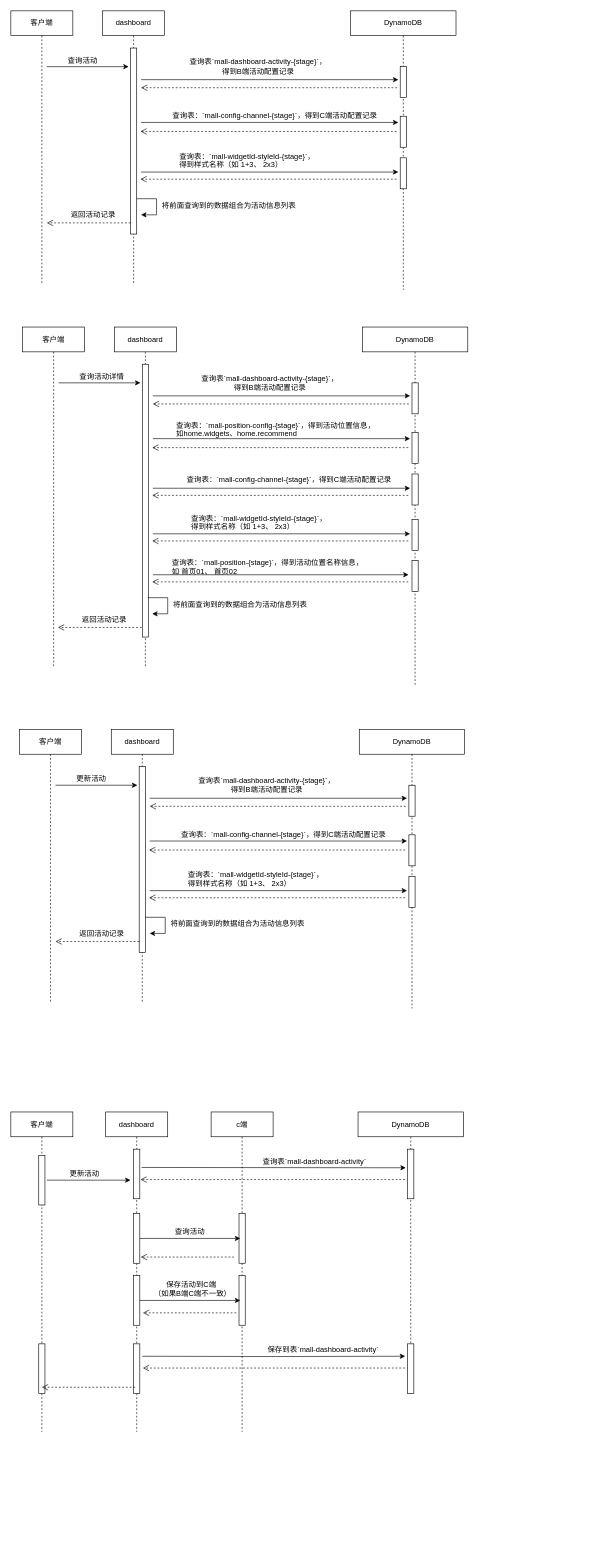
Earlier version of the draw.io diagram page "activity" (1 of 4) of dashboard.drawio (JianHao-Chen/UML). Source tidied: cells renumbered, new cells numbered last; positions are measured from the earlier drawing's top-left corner, leaving out a move shared by most shapes. Both pictures are drawn from the tidied source at 62%, with x=0, y=0 at pixel (11, 11).
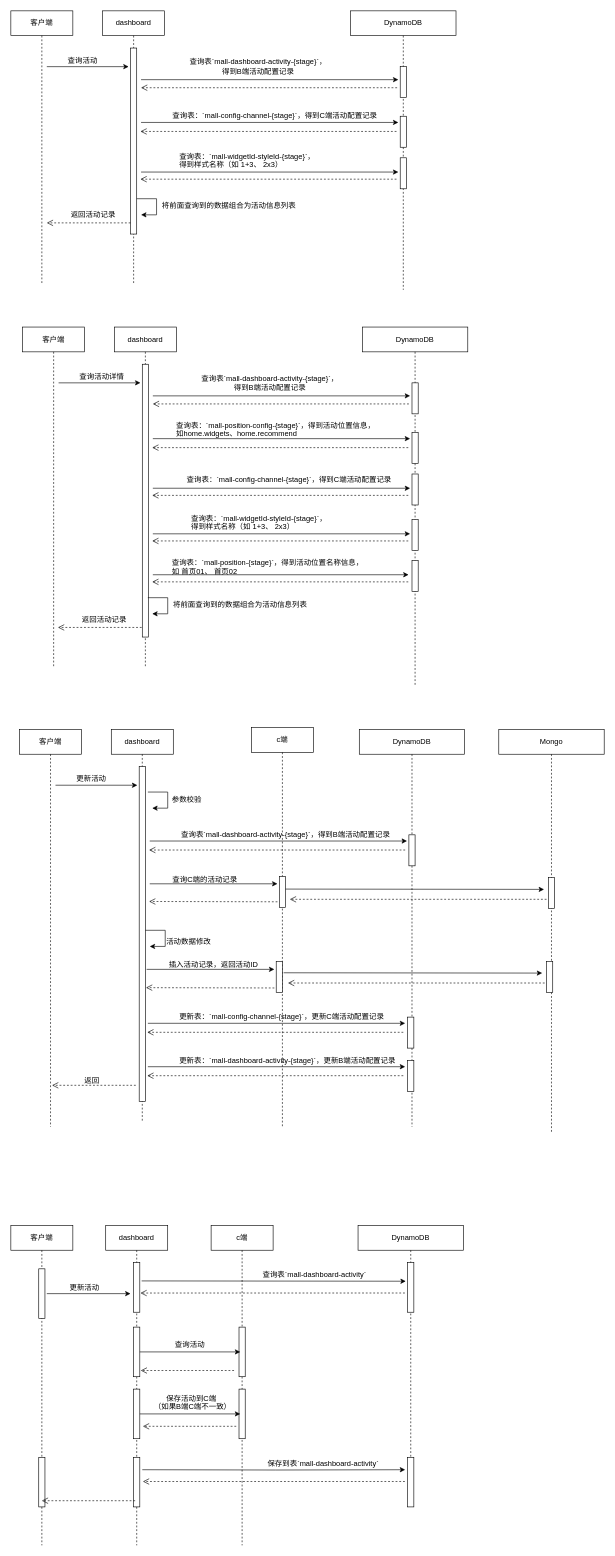
The same page after the edit.

Unchanged cells that the change refers to:
```xml
<mxCell id="20" style="html=1;points=[];perimeter=orthogonalPerimeter;" parent="17" vertex="1">
  <mxGeometry x="45" y="374" width="10" height="80" as="geometry" />
</mxCell>
<mxCell id="21" style="html=1;points=[];perimeter=orthogonalPerimeter;" parent="17" vertex="1">
  <mxGeometry x="45" y="60" width="10" height="80" as="geometry" />
</mxCell>
<mxCell id="23" style="html=1;points=[];perimeter=orthogonalPerimeter;" parent="22" vertex="1">
  <mxGeometry x="80" y="374" width="10" height="80" as="geometry" />
</mxCell>
<mxCell id="24" style="html=1;points=[];perimeter=orthogonalPerimeter;" parent="22" vertex="1">
  <mxGeometry x="80" y="60" width="10" height="80" as="geometry" />
</mxCell>
```

What changed in the source:
```diff
@@
     <mxCell id="17" value="dashboard" style="shape=umlLifeline;perimeter=lifelinePerimeter;whiteSpace=wrap;html=1;" parent="1" vertex="1">
-      <mxGeometry x="153" y="1776" width="100" height="516" as="geometry" />
+      <mxGeometry x="153" y="1959" width="100" height="516" as="geometry" />
     </mxCell>
@@
     <mxCell id="22" value="DynamoDB" style="shape=umlLifeline;perimeter=lifelinePerimeter;whiteSpace=wrap;html=1;" parent="1" vertex="1">
-      <mxGeometry x="560" y="1776" width="170" height="450" as="geometry" />
+      <mxGeometry x="560" y="1959" width="170" height="450" as="geometry" />
     </mxCell>
@@
     <mxCell id="25" value="客户端" style="shape=umlLifeline;perimeter=lifelinePerimeter;whiteSpace=wrap;html=1;" parent="1" vertex="1">
-      <mxGeometry y="1776" width="100" height="516" as="geometry" />
+      <mxGeometry y="1959" width="100" height="516" as="geometry" />
     </mxCell>
@@
     <mxCell id="28" value="c端" style="shape=umlLifeline;perimeter=lifelinePerimeter;whiteSpace=wrap;html=1;" parent="1" vertex="1">
-      <mxGeometry x="323" y="1776" width="100" height="516" as="geometry" />
+      <mxGeometry x="323" y="1959" width="100" height="516" as="geometry" />
     </mxCell>
@@
     <mxCell id="31" value="更新活动" style="text;html=1;align=left;verticalAlign=top;spacingTop=-4;" parent="1" vertex="1">
-      <mxGeometry x="93" y="1866" width="60" height="20" as="geometry" />
+      <mxGeometry x="93" y="2049" width="60" height="20" as="geometry" />
     </mxCell>
@@
     <mxCell id="33" value="查询活动" style="text;html=1;align=left;verticalAlign=top;spacingTop=-4;" parent="1" vertex="1">
-      <mxGeometry x="263" y="1959" width="60" height="20" as="geometry" />
+      <mxGeometry x="263" y="2142" width="60" height="20" as="geometry" />
     </mxCell>
     <mxCell id="34" style="html=1;verticalAlign=bottom;endArrow=open;dashed=1;endSize=8;" parent="1" edge="1">
       <mxGeometry relative="1" as="geometry">
-        <mxPoint x="360" y="2010" as="sourcePoint" />
-        <mxPoint x="209.5" y="2010" as="targetPoint" />
+        <mxPoint x="360" y="2193" as="sourcePoint" />
+        <mxPoint x="209.5" y="2193" as="targetPoint" />
       </mxGeometry>
     </mxCell>
     <mxCell id="35" style="edgeStyle=orthogonalEdgeStyle;rounded=0;orthogonalLoop=1;jettySize=auto;html=1;entryX=0.2;entryY=0.5;entryDx=0;entryDy=0;entryPerimeter=0;" parent="1" edge="1">
       <mxGeometry relative="1" as="geometry">
-        <mxPoint x="208" y="2080" as="sourcePoint" />
-        <mxPoint x="370" y="2080" as="targetPoint" />
+        <mxPoint x="208" y="2263" as="sourcePoint" />
+        <mxPoint x="370" y="2263" as="targetPoint" />
       </mxGeometry>
     </mxCell>
     <mxCell id="36" style="html=1;verticalAlign=bottom;endArrow=open;dashed=1;endSize=8;" parent="1" edge="1">
       <mxGeometry relative="1" as="geometry">
-        <mxPoint x="363.5" y="2100" as="sourcePoint" />
-        <mxPoint x="213" y="2100" as="targetPoint" />
+        <mxPoint x="363.5" y="2283" as="sourcePoint" />
+        <mxPoint x="213" y="2283" as="targetPoint" />
       </mxGeometry>
     </mxCell>
     <mxCell id="37" value="&amp;nbsp; &amp;nbsp; &amp;nbsp; 保存活动到C端&lt;br&gt;（如果B端C端不一致）&lt;br&gt;" style="text;html=1;align=left;verticalAlign=top;spacingTop=-4;" parent="1" vertex="1">
-      <mxGeometry x="229" y="2045" width="140" height="30" as="geometry" />
+      <mxGeometry x="229" y="2228" width="140" height="30" as="geometry" />
     </mxCell>
     <mxCell id="38" style="edgeStyle=orthogonalEdgeStyle;rounded=0;jettySize=auto;html=1;entryX=-0.4;entryY=0.25;entryDx=0;entryDy=0;entryPerimeter=0;" parent="1" edge="1" target="23">
       <mxGeometry relative="1" as="geometry">
-        <mxPoint x="212" y="2170" as="sourcePoint" />
+        <mxPoint x="212" y="2353" as="sourcePoint" />
       </mxGeometry>
     </mxCell>
     <mxCell id="39" value="&lt;span&gt;保存到&lt;/span&gt;表`mall-dashboard-activity`" style="text;html=1;strokeColor=none;fillColor=none;align=center;verticalAlign=middle;whiteSpace=wrap;rounded=0;" parent="1" vertex="1">
-      <mxGeometry x="399" y="2150" width="210" height="20" as="geometry" />
+      <mxGeometry x="399" y="2333" width="210" height="20" as="geometry" />
     </mxCell>
     <mxCell id="40" style="html=1;verticalAlign=bottom;endArrow=open;dashed=1;endSize=8;entryX=1.5;entryY=0.488;entryDx=0;entryDy=0;entryPerimeter=0;" parent="1" edge="1" target="20">
       <mxGeometry relative="1" as="geometry">
-        <mxPoint x="635.5" y="2189" as="sourcePoint" />
+        <mxPoint x="635.5" y="2372" as="sourcePoint" />
       </mxGeometry>
     </mxCell>
     <mxCell id="41" style="html=1;verticalAlign=bottom;endArrow=open;dashed=1;endSize=8;" parent="1" edge="1">
       <mxGeometry relative="1" as="geometry">
-        <mxPoint x="200.5" y="2220" as="sourcePoint" />
-        <mxPoint x="50" y="2220" as="targetPoint" />
+        <mxPoint x="200.5" y="2403" as="sourcePoint" />
+        <mxPoint x="50" y="2403" as="targetPoint" />
       </mxGeometry>
     </mxCell>
     <mxCell id="42" style="edgeStyle=orthogonalEdgeStyle;rounded=0;orthogonalLoop=1;jettySize=auto;html=1;" parent="1" edge="1">
       <mxGeometry relative="1" as="geometry">
-        <mxPoint x="58" y="1886" as="sourcePoint" />
-        <mxPoint x="193" y="1886" as="targetPoint" />
+        <mxPoint x="58" y="2069" as="sourcePoint" />
+        <mxPoint x="193" y="2069" as="targetPoint" />
       </mxGeometry>
     </mxCell>
     <mxCell id="43" style="edgeStyle=orthogonalEdgeStyle;rounded=0;jettySize=auto;html=1;entryX=-0.3;entryY=0.375;entryDx=0;entryDy=0;entryPerimeter=0;" parent="1" edge="1" target="24">
       <mxGeometry relative="1" as="geometry">
-        <mxPoint x="211" y="1865.5" as="sourcePoint" />
+        <mxPoint x="211" y="2048.5" as="sourcePoint" />
       </mxGeometry>
     </mxCell>
     <mxCell id="44" value="查询表`mall-dashboard-activity`" style="text;html=1;strokeColor=none;fillColor=none;align=center;verticalAlign=middle;whiteSpace=wrap;rounded=0;" parent="1" vertex="1">
-      <mxGeometry x="385" y="1846" width="210" height="20" as="geometry" />
+      <mxGeometry x="385" y="2029" width="210" height="20" as="geometry" />
     </mxCell>
     <mxCell id="45" style="html=1;verticalAlign=bottom;endArrow=open;dashed=1;endSize=8;entryX=1.1;entryY=0.613;entryDx=0;entryDy=0;entryPerimeter=0;" parent="1" edge="1" target="21">
       <mxGeometry relative="1" as="geometry">
-        <mxPoint x="635.5" y="1885" as="sourcePoint" />
+        <mxPoint x="635.5" y="2068" as="sourcePoint" />
       </mxGeometry>
     </mxCell>
@@
     <mxCell id="83" value="dashboard" style="shape=umlLifeline;perimeter=lifelinePerimeter;whiteSpace=wrap;html=1;" parent="1" vertex="1">
-      <mxGeometry x="162" y="1159" width="100" height="440" as="geometry" />
+      <mxGeometry x="162" y="1159" width="100" height="631" as="geometry" />
     </mxCell>
     <mxCell id="84" style="html=1;perimeter=orthogonalPerimeter;" parent="83" vertex="1">
-      <mxGeometry x="45" y="60" width="10" height="300" as="geometry" />
+      <mxGeometry x="45" y="60" width="10" height="540" as="geometry" />
     </mxCell>
@@
     <mxCell id="86" value="DynamoDB" style="shape=umlLifeline;perimeter=lifelinePerimeter;whiteSpace=wrap;html=1;" parent="1" vertex="1">
-      <mxGeometry x="562" y="1159" width="170" height="450" as="geometry" />
+      <mxGeometry x="562" y="1159" width="170" height="641" as="geometry" />
     </mxCell>
-    <mxCell id="87" style="html=1;perimeter=orthogonalPerimeter;" parent="86" vertex="1">
-      <mxGeometry x="80" y="90" width="10" height="50" as="geometry" />
-    </mxCell>
@@
-    <mxCell id="89" style="html=1;perimeter=orthogonalPerimeter;" parent="86" vertex="1">
-      <mxGeometry x="80" y="237" width="10" height="50" as="geometry" />
-    </mxCell>
-    <mxCell id="90" value="查询表`mall-dashboard-activity-{stage}`，得到B端活动配置记录" style="text;html=1;strokeColor=none;fillColor=none;align=center;verticalAlign=middle;whiteSpace=wrap;rounded=0;" parent="1" vertex="1">
-      <mxGeometry x="296" y="1239" width="234" height="20" as="geometry" />
-    </mxCell>
-    <mxCell id="91" style="html=1;verticalAlign=bottom;endArrow=open;dashed=1;endSize=8;" parent="1" edge="1">
-      <mxGeometry relative="1" as="geometry">
-        <mxPoint x="637" y="1283" as="sourcePoint" />
-        <mxPoint x="224" y="1283" as="targetPoint" />
-      </mxGeometry>
-    </mxCell>
-    <mxCell id="92" style="endArrow=classic;html=1;entryX=-0.3;entryY=0.4;entryDx=0;entryDy=0;entryPerimeter=0;" parent="1" edge="1">
-      <mxGeometry relative="1" as="geometry">
-        <mxPoint x="224" y="1270" as="sourcePoint" />
-        <mxPoint x="639" y="1270" as="targetPoint" />
-      </mxGeometry>
-    </mxCell>
-    <mxCell id="93" value="将前面查询到的数据组合为活动信息列表" style="text;html=1;strokeColor=none;fillColor=none;align=center;verticalAlign=middle;whiteSpace=wrap;rounded=0;" parent="1" vertex="1">
-      <mxGeometry x="254" y="1463" width="224" height="20" as="geometry" />
-    </mxCell>
+    <mxCell id="105" style="html=1;perimeter=orthogonalPerimeter;" parent="86" vertex="1">
+      <mxGeometry x="78" y="464" width="10" height="50" as="geometry" />
+    </mxCell>
+    <mxCell id="106" value="更新表：`mall-config-channel-{stage}`，更新C端活动配置记录&lt;br&gt;" style="text;html=1;align=left;verticalAlign=top;spacingTop=-4;" parent="86" vertex="1">
+      <mxGeometry x="-292" y="454" width="350" height="20" as="geometry" />
+    </mxCell>
+    <mxCell id="107" style="endArrow=classic;html=1;entryX=-0.3;entryY=0.4;entryDx=0;entryDy=0;entryPerimeter=0;" parent="86" edge="1">
+      <mxGeometry relative="1" as="geometry">
+        <mxPoint x="-341" y="474" as="sourcePoint" />
+        <mxPoint x="74" y="474" as="targetPoint" />
+      </mxGeometry>
+    </mxCell>
+    <mxCell id="108" style="html=1;verticalAlign=bottom;endArrow=open;dashed=1;endSize=8;" parent="86" edge="1">
+      <mxGeometry relative="1" as="geometry">
+        <mxPoint x="71" y="488.5" as="sourcePoint" />
+        <mxPoint x="-342" y="488.5" as="targetPoint" />
+      </mxGeometry>
+    </mxCell>
+    <mxCell id="109" style="html=1;perimeter=orthogonalPerimeter;" parent="86" vertex="1">
+      <mxGeometry x="78" y="534" width="10" height="50" as="geometry" />
+    </mxCell>
+    <mxCell id="110" value="更新表：`mall-dashboard-activity-{stage}`，更新B端活动配置记录&lt;br&gt;" style="text;html=1;align=left;verticalAlign=top;spacingTop=-4;" parent="86" vertex="1">
+      <mxGeometry x="-292" y="524" width="360" height="20" as="geometry" />
+    </mxCell>
+    <mxCell id="111" style="endArrow=classic;html=1;entryX=-0.3;entryY=0.4;entryDx=0;entryDy=0;entryPerimeter=0;" parent="86" edge="1">
+      <mxGeometry relative="1" as="geometry">
+        <mxPoint x="-341" y="544" as="sourcePoint" />
+        <mxPoint x="74" y="544" as="targetPoint" />
+      </mxGeometry>
+    </mxCell>
+    <mxCell id="112" style="html=1;verticalAlign=bottom;endArrow=open;dashed=1;endSize=8;" parent="86" edge="1">
+      <mxGeometry relative="1" as="geometry">
+        <mxPoint x="71" y="558.5" as="sourcePoint" />
+        <mxPoint x="-342" y="558.5" as="targetPoint" />
+      </mxGeometry>
+    </mxCell>
     <mxCell id="94" value="客户端" style="shape=umlLifeline;perimeter=lifelinePerimeter;whiteSpace=wrap;html=1;" parent="1" vertex="1">
-      <mxGeometry x="14" y="1159" width="100" height="440" as="geometry" />
+      <mxGeometry x="14" y="1159" width="100" height="641" as="geometry" />
     </mxCell>
@@
     <mxCell id="96" style="html=1;verticalAlign=bottom;endArrow=open;dashed=1;endSize=8;" parent="1" edge="1">
       <mxGeometry relative="1" as="geometry">
-        <mxPoint x="207" y="1501" as="sourcePoint" />
-        <mxPoint x="72" y="1501" as="targetPoint" />
+        <mxPoint x="201.5" y="1733" as="sourcePoint" />
+        <mxPoint x="66.5" y="1733" as="targetPoint" />
       </mxGeometry>
     </mxCell>
-    <mxCell id="97" value="&lt;span&gt;返回活动记录&lt;/span&gt;" style="text;html=1;align=left;verticalAlign=top;spacingTop=-4;" parent="1" vertex="1">
-      <mxGeometry x="109" y="1478" width="90" height="20" as="geometry" />
-    </mxCell>
-    <mxCell id="98" value="&lt;span&gt;查询表：`mall-config-channel-{stage}`，得到C端活动配置记录&lt;/span&gt;" style="text;html=1;align=left;verticalAlign=top;spacingTop=-4;" parent="1" vertex="1">
+    <mxCell id="98" value="&lt;span&gt;查询表`mall-dashboard-activity-{stage}`，得到B端活动配置记录&lt;/span&gt;&lt;br&gt;" style="text;html=1;align=left;verticalAlign=top;spacingTop=-4;" parent="1" vertex="1">
       <mxGeometry x="273" y="1319" width="350" height="20" as="geometry" />
     </mxCell>
@@
-    <mxCell id="101" style="endArrow=classic;html=1;entryX=-0.3;entryY=0.4;entryDx=0;entryDy=0;entryPerimeter=0;" parent="1" edge="1">
+    <mxCell id="101" style="endArrow=classic;html=1;" parent="1" edge="1">
       <mxGeometry relative="1" as="geometry">
-        <mxPoint x="224" y="1419" as="sourcePoint" />
-        <mxPoint x="639" y="1419" as="targetPoint" />
+        <mxPoint x="224" y="1408" as="sourcePoint" />
+        <mxPoint x="430" y="1408" as="targetPoint" />
       </mxGeometry>
     </mxCell>
     <mxCell id="102" style="html=1;verticalAlign=bottom;endArrow=open;dashed=1;endSize=8;" parent="1" edge="1">
       <mxGeometry relative="1" as="geometry">
-        <mxPoint x="636" y="1430.5" as="sourcePoint" />
-        <mxPoint x="223" y="1430.5" as="targetPoint" />
+        <mxPoint x="430" y="1437" as="sourcePoint" />
+        <mxPoint x="223" y="1436.5" as="targetPoint" />
       </mxGeometry>
     </mxCell>
-    <mxCell id="103" value="&lt;span&gt;查询表：`mall-widgetId-styleId-{stage}`，&lt;br&gt;得到样式名称（如 1+3、 2x3）&lt;/span&gt;" style="text;html=1;align=left;verticalAlign=top;spacingTop=-4;" parent="1" vertex="1">
-      <mxGeometry x="284" y="1384" width="230" height="30" as="geometry" />
-    </mxCell>
-    <mxCell id="104" style="edgeStyle=orthogonalEdgeStyle;rounded=0;orthogonalLoop=1;jettySize=auto;html=1;" parent="1" edge="1">
-      <mxGeometry relative="1" as="geometry">
-        <mxPoint x="217" y="1462" as="sourcePoint" />
-        <mxPoint x="224" y="1488" as="targetPoint" />
-        <Array as="points">
-          <mxPoint x="249" y="1462" />
-          <mxPoint x="249" y="1488" />
-        </Array>
-      </mxGeometry>
-    </mxCell>
+    <mxCell id="113" value="c端" style="shape=umlLifeline;perimeter=lifelinePerimeter;whiteSpace=wrap;html=1;" parent="1" vertex="1">
+      <mxGeometry x="388" y="1156" width="100" height="644" as="geometry" />
+    </mxCell>
+    <mxCell id="89" style="html=1;perimeter=orthogonalPerimeter;" parent="113" vertex="1">
+      <mxGeometry x="45" y="240" width="10" height="50" as="geometry" />
+    </mxCell>
+    <mxCell id="114" style="endArrow=classic;html=1;" parent="113" edge="1">
+      <mxGeometry relative="1" as="geometry">
+        <mxPoint x="-169" y="390" as="sourcePoint" />
+        <mxPoint x="37" y="390" as="targetPoint" />
+      </mxGeometry>
+    </mxCell>
+    <mxCell id="115" style="html=1;verticalAlign=bottom;endArrow=open;dashed=1;endSize=8;" parent="113" edge="1">
+      <mxGeometry relative="1" as="geometry">
+        <mxPoint x="37" y="420" as="sourcePoint" />
+        <mxPoint x="-170" y="419.5" as="targetPoint" />
+      </mxGeometry>
+    </mxCell>
+    <mxCell id="116" style="html=1;perimeter=orthogonalPerimeter;" parent="113" vertex="1">
+      <mxGeometry x="40" y="377" width="10" height="50" as="geometry" />
+    </mxCell>
+    <mxCell id="117" value="插入活动记录，返回活动ID" style="text;html=1;align=left;verticalAlign=top;spacingTop=-4;" parent="113" vertex="1">
+      <mxGeometry x="-135" y="373" width="160" height="20" as="geometry" />
+    </mxCell>
+    <mxCell id="118" style="edgeStyle=orthogonalEdgeStyle;rounded=0;orthogonalLoop=1;jettySize=auto;html=1;" parent="113" edge="1">
+      <mxGeometry relative="1" as="geometry">
+        <mxPoint x="-171" y="327" as="sourcePoint" />
+        <mxPoint x="-164" y="353" as="targetPoint" />
+        <Array as="points">
+          <mxPoint x="-139" y="326.5" />
+          <mxPoint x="-139" y="352.5" />
+        </Array>
+      </mxGeometry>
+    </mxCell>
+    <mxCell id="119" value="活动数据修改" style="text;html=1;align=left;verticalAlign=top;spacingTop=-4;" parent="113" vertex="1">
+      <mxGeometry x="-139" y="336" width="90" height="20" as="geometry" />
+    </mxCell>
+    <mxCell id="120" style="edgeStyle=orthogonalEdgeStyle;rounded=0;orthogonalLoop=1;jettySize=auto;html=1;" parent="1" edge="1">
+      <mxGeometry relative="1" as="geometry">
+        <mxPoint x="221" y="1260" as="sourcePoint" />
+        <mxPoint x="228" y="1286" as="targetPoint" />
+        <Array as="points">
+          <mxPoint x="253" y="1259.5" />
+          <mxPoint x="253" y="1285.5" />
+        </Array>
+      </mxGeometry>
+    </mxCell>
+    <mxCell id="121" value="参数校验" style="text;html=1;align=left;verticalAlign=top;spacingTop=-4;" parent="1" vertex="1">
+      <mxGeometry x="258" y="1263" width="60" height="20" as="geometry" />
+    </mxCell>
+    <mxCell id="122" value="查询C端的活动记录" style="text;html=1;align=left;verticalAlign=top;spacingTop=-4;" parent="1" vertex="1">
+      <mxGeometry x="259" y="1391" width="120" height="20" as="geometry" />
+    </mxCell>
+    <mxCell id="123" value="Mongo" style="shape=umlLifeline;perimeter=lifelinePerimeter;whiteSpace=wrap;html=1;" parent="1" vertex="1">
+      <mxGeometry x="787" y="1159" width="170" height="651" as="geometry" />
+    </mxCell>
+    <mxCell id="124" style="html=1;perimeter=orthogonalPerimeter;" parent="123" vertex="1">
+      <mxGeometry x="80" y="239" width="10" height="50" as="geometry" />
+    </mxCell>
+    <mxCell id="125" style="html=1;perimeter=orthogonalPerimeter;" parent="123" vertex="1">
+      <mxGeometry x="77" y="374" width="10" height="50" as="geometry" />
+    </mxCell>
+    <mxCell id="126" style="endArrow=classic;html=1;" parent="123" edge="1">
+      <mxGeometry relative="1" as="geometry">
+        <mxPoint x="-347" y="392.5" as="sourcePoint" />
+        <mxPoint x="70" y="393" as="targetPoint" />
+      </mxGeometry>
+    </mxCell>
+    <mxCell id="127" style="html=1;verticalAlign=bottom;endArrow=open;dashed=1;endSize=8;" parent="123" edge="1">
+      <mxGeometry relative="1" as="geometry">
+        <mxPoint x="74" y="409" as="sourcePoint" />
+        <mxPoint x="-340" y="409" as="targetPoint" />
+      </mxGeometry>
+    </mxCell>
+    <mxCell id="128" style="endArrow=classic;html=1;" parent="1" edge="1">
+      <mxGeometry relative="1" as="geometry">
+        <mxPoint x="443" y="1416.5" as="sourcePoint" />
+        <mxPoint x="860" y="1417" as="targetPoint" />
+      </mxGeometry>
+    </mxCell>
+    <mxCell id="129" style="html=1;verticalAlign=bottom;endArrow=open;dashed=1;endSize=8;" parent="1" edge="1">
+      <mxGeometry relative="1" as="geometry">
+        <mxPoint x="864" y="1433" as="sourcePoint" />
+        <mxPoint x="450" y="1433" as="targetPoint" />
+      </mxGeometry>
+    </mxCell>
+    <mxCell id="130" value="返回" style="text;html=1;align=left;verticalAlign=top;spacingTop=-4;" parent="1" vertex="1">
+      <mxGeometry x="117" y="1715" width="40" height="20" as="geometry" />
+    </mxCell>
```
